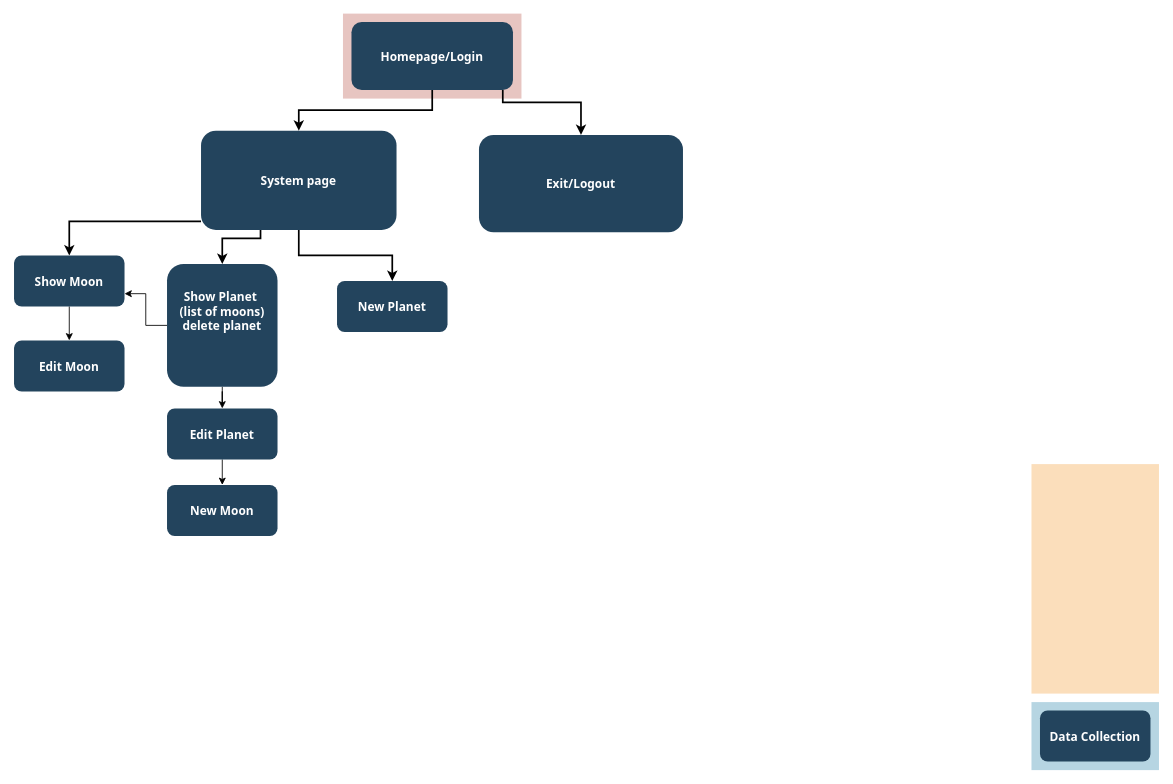
Earlier version of the draw.io diagram user_site_map.drawio (WaxenOsprey/PDA). Source tidied: cells renumbered, new cells numbered last; positions are measured from the earlier drawing's top-left corner, leaving out a move shared by most shapes. Both pictures are drawn from the tidied source at 85%, with x=0, y=0 at pixel (-46, 14).
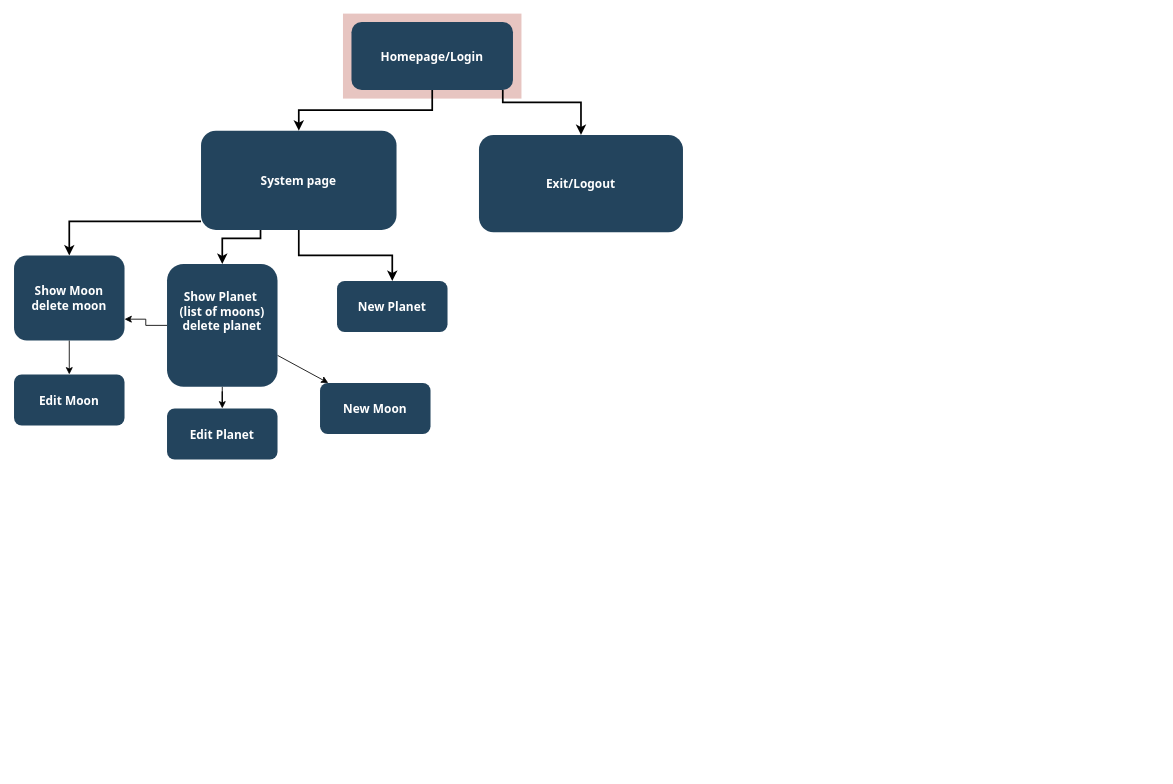
Above is the later version.

The change refers to these unchanged cells:
```xml
<mxCell id="11" value="Show Planet &#10;(list of moons)&#10;delete planet&#10;&#10;" style="rounded=1;fillColor=#23445D;gradientColor=none;strokeColor=none;fontColor=#FFFFFF;fontStyle=1;fontFamily=Tahoma;fontSize=14;" parent="1" vertex="1">
  <mxGeometry x="250" y="294" width="130" height="144.5" as="geometry" />
</mxCell>
<mxCell id="19" value="Edit Planet" style="rounded=1;fillColor=#23445D;gradientColor=none;strokeColor=none;fontColor=#FFFFFF;fontStyle=1;fontFamily=Tahoma;fontSize=14;" parent="1" vertex="1">
  <mxGeometry x="250" y="464" width="130" height="60" as="geometry" />
</mxCell>
```

The edit, as a diff of the source:
```diff
@@
-    <mxCell id="3" style="fillColor=#F2931E;strokeColor=none;opacity=30;" parent="1" vertex="1">
-      <mxGeometry x="1267" y="529.5" width="150" height="270" as="geometry" />
-    </mxCell>
-    <mxCell id="4" style="fillColor=#10739E;strokeColor=none;opacity=30;" parent="1" vertex="1">
-      <mxGeometry x="1267" y="809.5" width="150" height="80" as="geometry" />
-    </mxCell>
@@
+    <mxCell id="24" style="edgeStyle=none;html=1;" parent="1" edge="1" source="11" target="23">
+      <mxGeometry relative="1" as="geometry" />
+    </mxCell>
@@
-    <mxCell id="13" value="Data Collection" style="rounded=1;fillColor=#23445D;gradientColor=none;strokeColor=none;fontColor=#FFFFFF;fontStyle=1;fontFamily=Tahoma;fontSize=14;" parent="1" vertex="1">
-      <mxGeometry x="1277" y="819.5" width="130" height="60" as="geometry" />
-    </mxCell>
@@
-    <mxCell id="18" style="edgeStyle=orthogonalEdgeStyle;rounded=0;jettySize=auto;html=1;exitX=0.5;exitY=1;exitDx=0;exitDy=0;entryX=0.5;entryY=0;entryDx=0;entryDy=0;" parent="1" edge="1" source="19" target="23">
-      <mxGeometry relative="1" as="geometry" />
-    </mxCell>
@@
-    <mxCell id="21" value="Show Moon" style="rounded=1;fillColor=#23445D;gradientColor=none;strokeColor=none;fontColor=#FFFFFF;fontStyle=1;fontFamily=Tahoma;fontSize=14;" parent="1" vertex="1">
-      <mxGeometry x="70" y="284" width="130" height="60" as="geometry" />
+    <mxCell id="21" value="Show Moon&#10;delete moon" style="rounded=1;fillColor=#23445D;gradientColor=none;strokeColor=none;fontColor=#FFFFFF;fontStyle=1;fontFamily=Tahoma;fontSize=14;" parent="1" vertex="1">
+      <mxGeometry x="70" y="284" width="130" height="100" as="geometry" />
     </mxCell>
     <mxCell id="22" value="Edit Moon" style="rounded=1;fillColor=#23445D;gradientColor=none;strokeColor=none;fontColor=#FFFFFF;fontStyle=1;fontFamily=Tahoma;fontSize=14;" parent="1" vertex="1">
-      <mxGeometry x="70" y="384" width="130" height="60" as="geometry" />
+      <mxGeometry x="70" y="424" width="130" height="60" as="geometry" />
     </mxCell>
     <mxCell id="23" value="New Moon" style="rounded=1;fillColor=#23445D;gradientColor=none;strokeColor=none;fontColor=#FFFFFF;fontStyle=1;fontFamily=Tahoma;fontSize=14;" parent="1" vertex="1">
-      <mxGeometry x="250" y="554" width="130" height="60" as="geometry" />
+      <mxGeometry x="430" y="434" width="130" height="60" as="geometry" />
     </mxCell>
```
